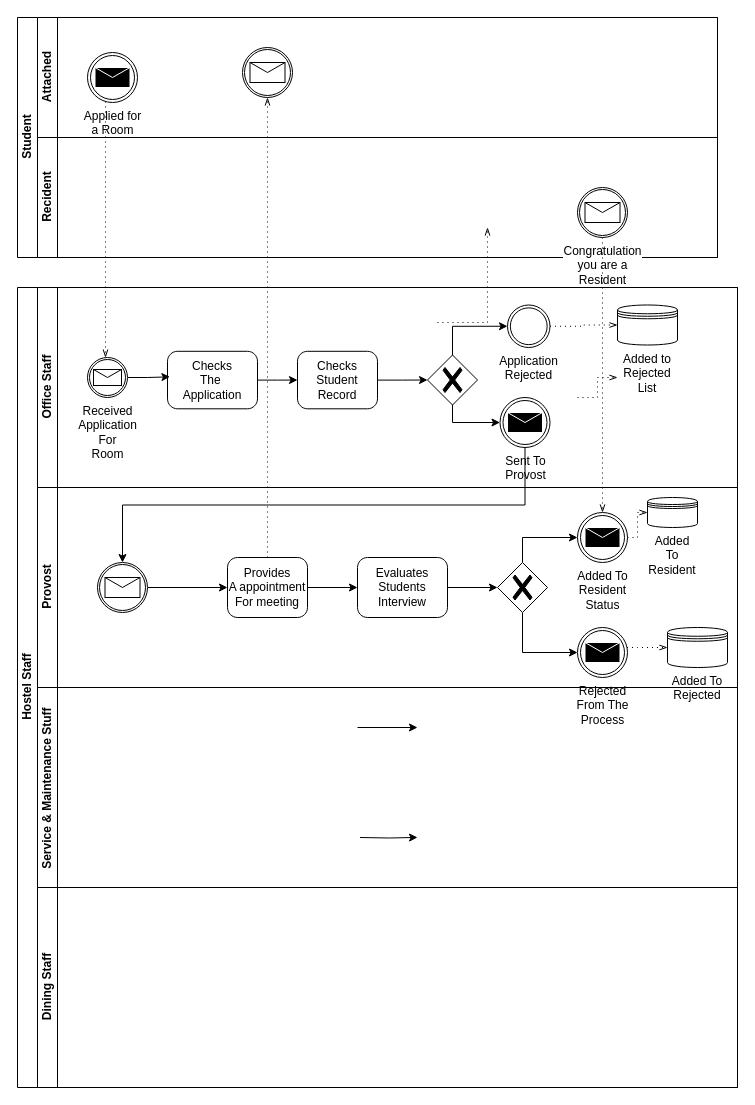
Noman1705088/CSE-326 keeps this draw.io diagram as page "Page-3" (3 of 6) of BPMN/BPMN_B1_4.drawio. Above is the earlier version. Source tidied: cells renumbered, new cells numbered last; positions are measured from the earlier drawing's top-left corner, leaving out a move shared by most shapes. Both pictures are drawn from the tidied source at 100%, with x=0, y=0 at pixel (17, 17).
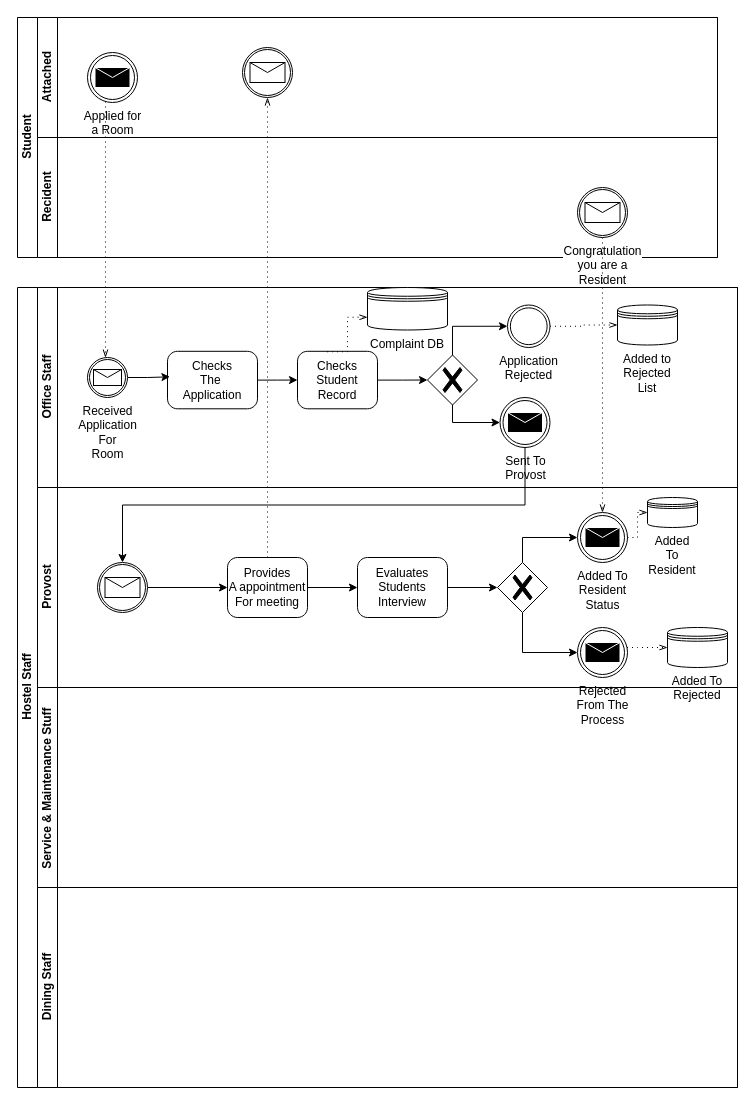
The same page after the edit.

Unchanged cells that the change refers to:
```xml
<mxCell id="9" value="Office Staff" style="swimlane;html=1;startSize=20;horizontal=0;" parent="8" vertex="1">
  <mxGeometry x="20" width="700" height="200" as="geometry" />
</mxCell>
<mxCell id="18" value="Checks&#10;Student&#10;Record" style="points=[[0.25,0,0],[0.5,0,0],[0.75,0,0],[1,0.25,0],[1,0.5,0],[1,0.75,0],[0.75,1,0],[0.5,1,0],[0.25,1,0],[0,0.75,0],[0,0.5,0],[0,0.25,0]];shape=mxgraph.bpmn.task;whiteSpace=wrap;rectStyle=rounded;size=10;taskMarker=abstract;" parent="9" vertex="1">
  <mxGeometry x="260" y="63.8" width="80" height="57.5" as="geometry" />
</mxCell>
<mxCell id="44" value="Service &amp;amp; Maintenance Stuff&amp;nbsp;" style="swimlane;html=1;startSize=20;horizontal=0;" parent="8" vertex="1">
  <mxGeometry x="20" y="400" width="700" height="200" as="geometry" />
</mxCell>
```

Change to the diagram source:
```diff
@@
-    <mxCell id="14" style="edgeStyle=elbowEdgeStyle;fontSize=12;html=1;endFill=0;startFill=0;endSize=6;startSize=6;dashed=1;dashPattern=1 4;endArrow=openThin;startArrow=none;rounded=0;exitX=0.5;exitY=0;exitDx=0;exitDy=0;exitPerimeter=0;entryX=0.5;entryY=1;entryDx=0;entryDy=0;entryPerimeter=0;" parent="9" edge="1">
-      <mxGeometry relative="1" as="geometry">
-        <mxPoint x="540" y="110" as="sourcePoint" />
-        <mxPoint x="580" y="90" as="targetPoint" />
-      </mxGeometry>
-    </mxCell>
@@
+    <mxCell id="60" value="Complaint DB" style="shape=datastore;whiteSpace=wrap;html=1;labelPosition=center;verticalLabelPosition=bottom;align=center;verticalAlign=top;" parent="9" vertex="1">
+      <mxGeometry x="330" width="80" height="42.5" as="geometry" />
+    </mxCell>
+    <mxCell id="61" style="edgeStyle=elbowEdgeStyle;fontSize=12;html=1;endFill=0;startFill=0;endSize=6;startSize=6;dashed=1;dashPattern=1 4;endArrow=openThin;startArrow=none;rounded=0;exitX=0.37;exitY=0.008;exitDx=0;exitDy=0;exitPerimeter=0;entryX=0;entryY=0.7;entryDx=0;entryDy=0;" parent="9" edge="1" source="18" target="60">
+      <mxGeometry relative="1" as="geometry" />
+    </mxCell>
@@
-    <mxCell id="49" style="edgeStyle=orthogonalEdgeStyle;rounded=0;orthogonalLoop=1;jettySize=auto;html=1;exitX=1;exitY=0.5;exitDx=0;exitDy=0;exitPerimeter=0;entryX=0.5;entryY=1;entryDx=0;entryDy=0;entryPerimeter=0;" parent="44" edge="1">
-      <mxGeometry relative="1" as="geometry">
-        <mxPoint x="322.5" y="150" as="sourcePoint" />
-        <mxPoint x="380" y="149.9" as="targetPoint" />
-      </mxGeometry>
-    </mxCell>
-    <mxCell id="50" style="edgeStyle=orthogonalEdgeStyle;rounded=0;orthogonalLoop=1;jettySize=auto;html=1;entryX=0.5;entryY=0;entryDx=0;entryDy=0;entryPerimeter=0;" parent="44" edge="1">
-      <mxGeometry relative="1" as="geometry">
-        <mxPoint x="320" y="40" as="sourcePoint" />
-        <mxPoint x="380" y="40" as="targetPoint" />
-      </mxGeometry>
-    </mxCell>
@@
-    <mxCell id="56" style="edgeStyle=elbowEdgeStyle;fontSize=12;html=1;endFill=0;startFill=0;endSize=6;startSize=6;dashed=1;dashPattern=1 4;endArrow=openThin;startArrow=none;rounded=0;" parent="1" edge="1">
-      <mxGeometry relative="1" as="geometry">
-        <mxPoint x="420" y="305" as="sourcePoint" />
-        <mxPoint x="470" y="210" as="targetPoint" />
-        <Array as="points">
-          <mxPoint x="470" y="180" />
-          <mxPoint x="470" y="170" />
-          <mxPoint x="470" y="210" />
-        </Array>
-      </mxGeometry>
-    </mxCell>
```
